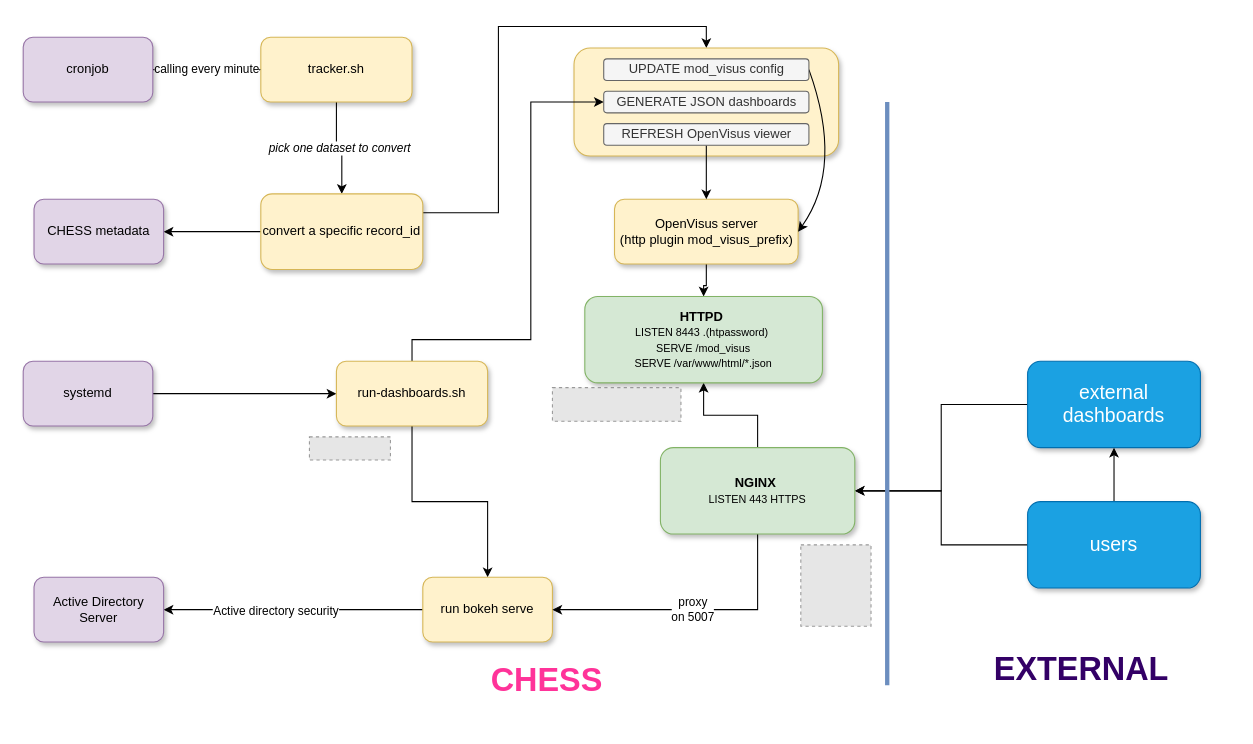
The draw.io diagram examples/chess/chess-diagram.drawio in sci-visus/openvisuspy, before the edit. Source tidied: cells renumbered, new cells numbered last; positions are measured from the earlier drawing's top-left corner, leaving out a move shared by most shapes. Both pictures are drawn from the tidied source at 108%, with x=0, y=0 at pixel (23, 37). Pictures stored in the file or linked from it are replaced by grey dashed boxes.
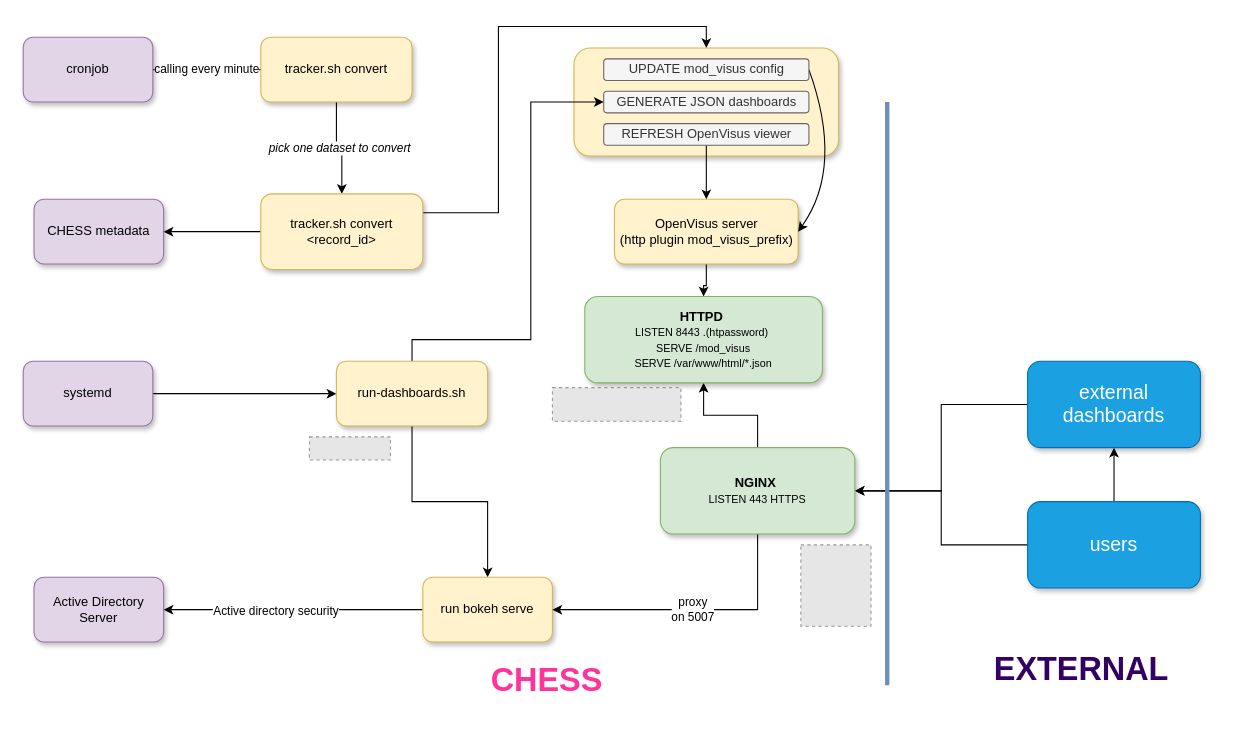
Above is the later version.

Change to the diagram source:
```diff
@@
-    <mxCell id="3" value="tracker.sh" style="rounded=1;whiteSpace=wrap;html=1;fillColor=#fff2cc;strokeColor=#d6b656;shadow=1;fontStyle=0;fontSize=12;" parent="1" vertex="1">
+    <mxCell id="3" value="tracker.sh convert" style="rounded=1;whiteSpace=wrap;html=1;fillColor=#fff2cc;strokeColor=#d6b656;shadow=1;fontStyle=0;fontSize=12;" parent="1" vertex="1">
       <mxGeometry x="220" width="140" height="60" as="geometry" />
     </mxCell>
@@
-    <mxCell id="8" value="convert a specific record_id" style="rounded=1;whiteSpace=wrap;html=1;fillColor=#fff2cc;strokeColor=#d6b656;shadow=1;fontStyle=0;fontSize=12;" parent="1" vertex="1">
+    <mxCell id="8" value="tracker.sh convert &amp;lt;record_id&amp;gt;" style="rounded=1;whiteSpace=wrap;html=1;fillColor=#fff2cc;strokeColor=#d6b656;shadow=1;fontStyle=0;fontSize=12;" parent="1" vertex="1">
       <mxGeometry x="220" y="145" width="150" height="70" as="geometry" />
     </mxCell>
```
